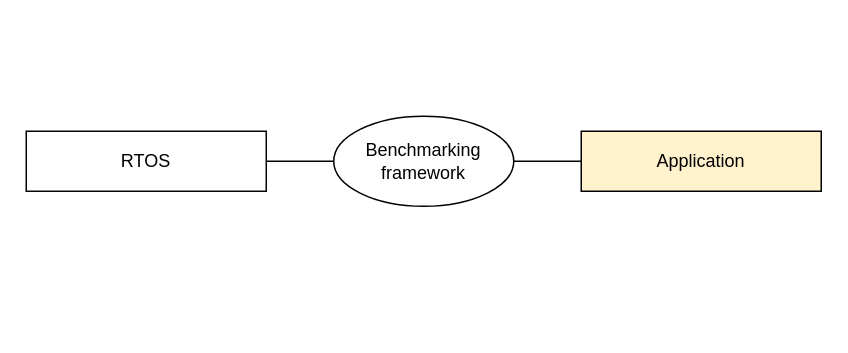
The draw.io diagram assets/bench-framework-layers.drawio in bench-os/thesis, before the edit. Source tidied: cells renumbered, new cells numbered last; positions are measured from the earlier drawing's top-left corner, leaving out a move shared by most shapes. Both pictures are drawn from the tidied source at 150%, with x=0, y=0 at pixel (26, 116).
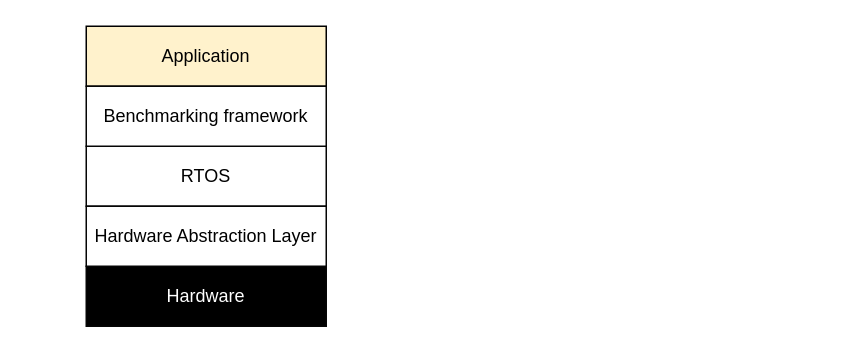
Above is the later version.

Change to the diagram source:
```diff
@@
 <mxGraphModel>
   <root>
     <mxCell id="0" />
     <mxCell id="1" parent="0" />
     <mxCell id="2" value="RTOS" style="rounded=0;whiteSpace=wrap;html=1;strokeColor=#050505;fillColor=#FFFFFF;fontColor=#000000;" parent="1" vertex="1">
-      <mxGeometry y="10" width="160" height="40" as="geometry" />
+      <mxGeometry x="40" y="20" width="160" height="40" as="geometry" />
     </mxCell>
+    <mxCell id="7" value="Hardware" style="rounded=0;whiteSpace=wrap;html=1;fillColor=#000000;strokeColor=#050505;fontColor=#FFFFFF;" parent="1" vertex="1">
+      <mxGeometry x="40" y="100" width="160" height="40" as="geometry" />
+    </mxCell>
     <mxCell id="3" value="Application" style="rounded=0;whiteSpace=wrap;html=1;strokeColor=#000000;fillColor=#fff2cc;" parent="1" vertex="1">
-      <mxGeometry x="370" y="10" width="160" height="40" as="geometry" />
+      <mxGeometry x="40" y="-60" width="160" height="40" as="geometry" />
     </mxCell>
+    <mxCell id="8" value="Hardware Abstraction Layer" style="rounded=0;whiteSpace=wrap;html=1;strokeColor=#050505;fillColor=#FFFFFF;fontColor=#000000;" parent="1" vertex="1">
+      <mxGeometry x="40" y="60" width="160" height="40" as="geometry" />
+    </mxCell>
-    <mxCell id="4" value="Benchmarking framework" style="ellipse;whiteSpace=wrap;html=1;" parent="1" vertex="1">
-      <mxGeometry x="205" width="120" height="60" as="geometry" />
+    <mxCell id="4" value="Benchmarking framework" style="rounded=0;whiteSpace=wrap;html=1;strokeColor=#050505;fillColor=#FFFFFF;fontColor=#000000;" parent="1" vertex="1">
+      <mxGeometry x="40" y="-20" width="160" height="40" as="geometry" />
     </mxCell>
-    <mxCell id="5" style="endArrow=none;html=1;exitX=1;exitY=0.5;exitDx=0;exitDy=0;entryX=0;entryY=0.5;entryDx=0;entryDy=0;" parent="1" edge="1" source="2" target="4">
-      <mxGeometry relative="1" as="geometry" />
-    </mxCell>
-    <mxCell id="6" style="endArrow=none;html=1;exitX=1;exitY=0.5;exitDx=0;exitDy=0;entryX=0;entryY=0.5;entryDx=0;entryDy=0;" parent="1" edge="1" source="4" target="3">
-      <mxGeometry relative="1" as="geometry" />
-    </mxCell>
   </root>
 </mxGraphModel>
```
